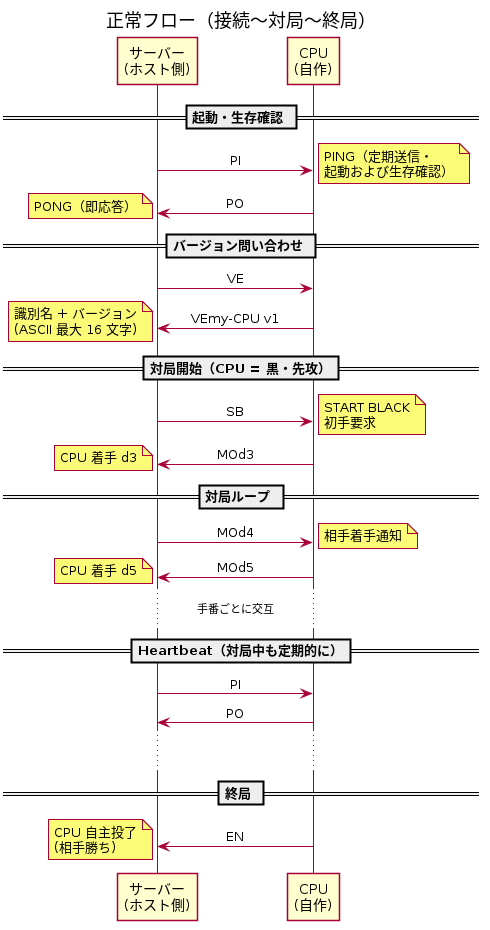
Before: doc/reversi/61-flow-normal.png, a diagram exported from PlantUML (tommie-jp/tommie-chat). Its source is kept beside it as doc/reversi/61-flow-normal.puml.
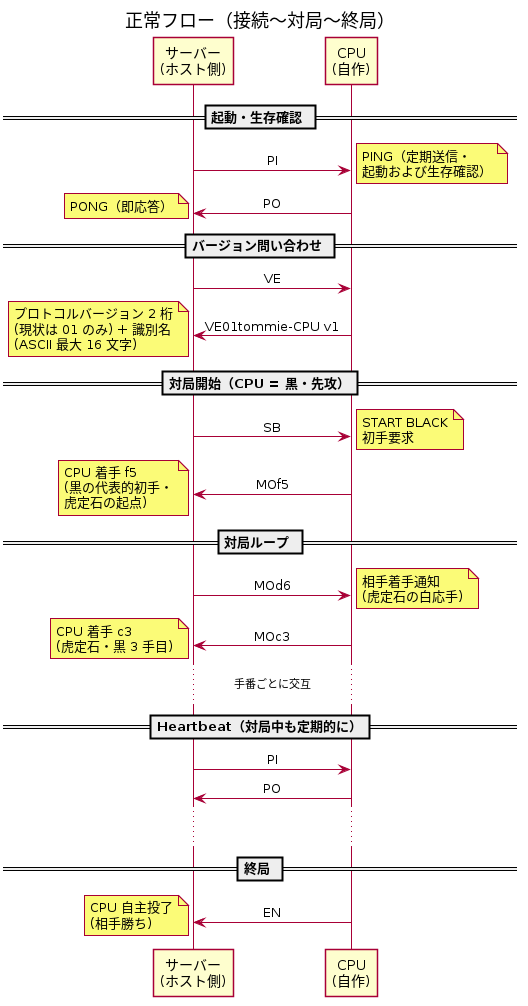
The same file after the commit.

Change to the diagram source:
```diff
@@ -16,20 +16,20 @@
 
 == バージョン問い合わせ ==
 S -> C : VE
-C -> S : VEmy-CPU v1
-note left : 識別名 + バージョン\n(ASCII 最大 16 文字)
+C -> S : VE01tommie-CPU v1
+note left : プロトコルバージョン 2 桁\n(現状は 01 のみ) + 識別名\n(ASCII 最大 16 文字)
 
 == 対局開始（CPU = 黒・先攻）==
 S -> C : SB
 note right : START BLACK\n初手要求
-C -> S : MOd3
-note left : CPU 着手 d3
+C -> S : MOf5
+note left : CPU 着手 f5\n(黒の代表的初手・\n虎定石の起点)
 
 == 対局ループ ==
-S -> C : MOd4
-note right : 相手着手通知
-C -> S : MOd5
-note left : CPU 着手 d5
+S -> C : MOd6
+note right : 相手着手通知\n(虎定石の白応手)
+C -> S : MOc3
+note left : CPU 着手 c3\n(虎定石・黒 3 手目)
 ... 手番ごとに交互 ...
 
 == Heartbeat（対局中も定期的に）==
```
